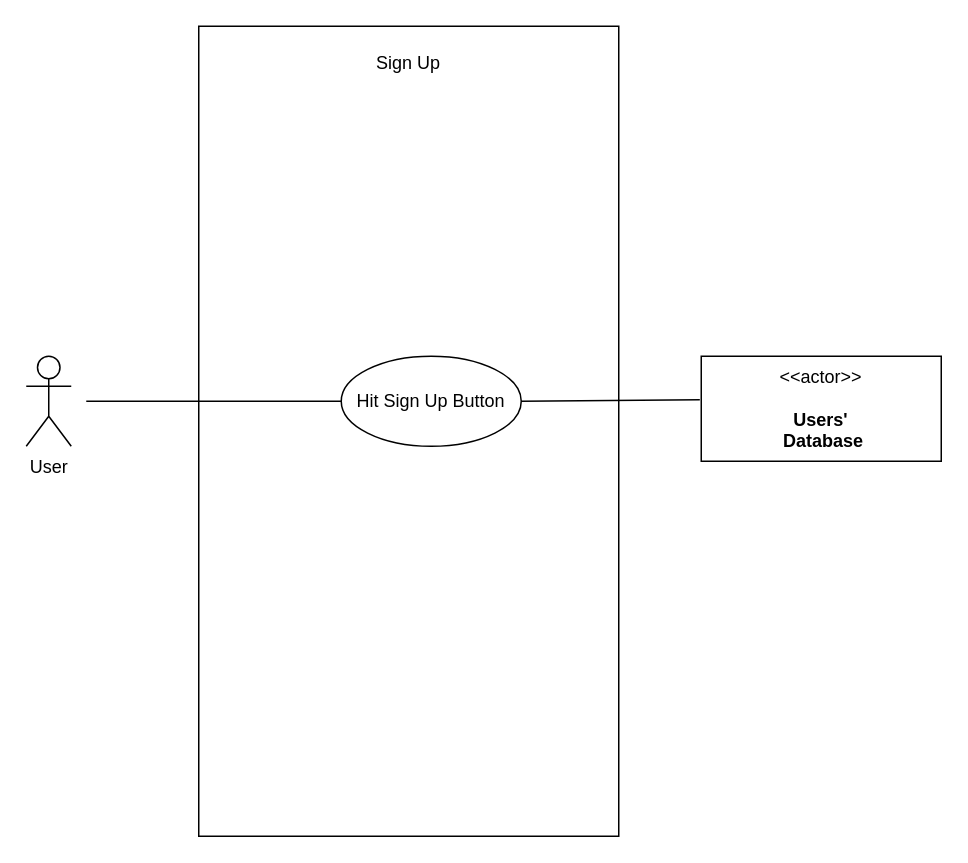
Vaibhav-G-Parmar/Chronicle-Your-Ultimate-Travel-Companion keeps this draw.io diagram as page "Sign Up" (2 of 16) of Week-7-Team-04-Use Case Diagrams (2).drawio. Above is the earlier version. Source tidied: cells renumbered, new cells numbered last; positions are measured from the earlier drawing's top-left corner, leaving out a move shared by most shapes. Both pictures are drawn from the tidied source at 150%, with x=0, y=0 at pixel (26, 26).
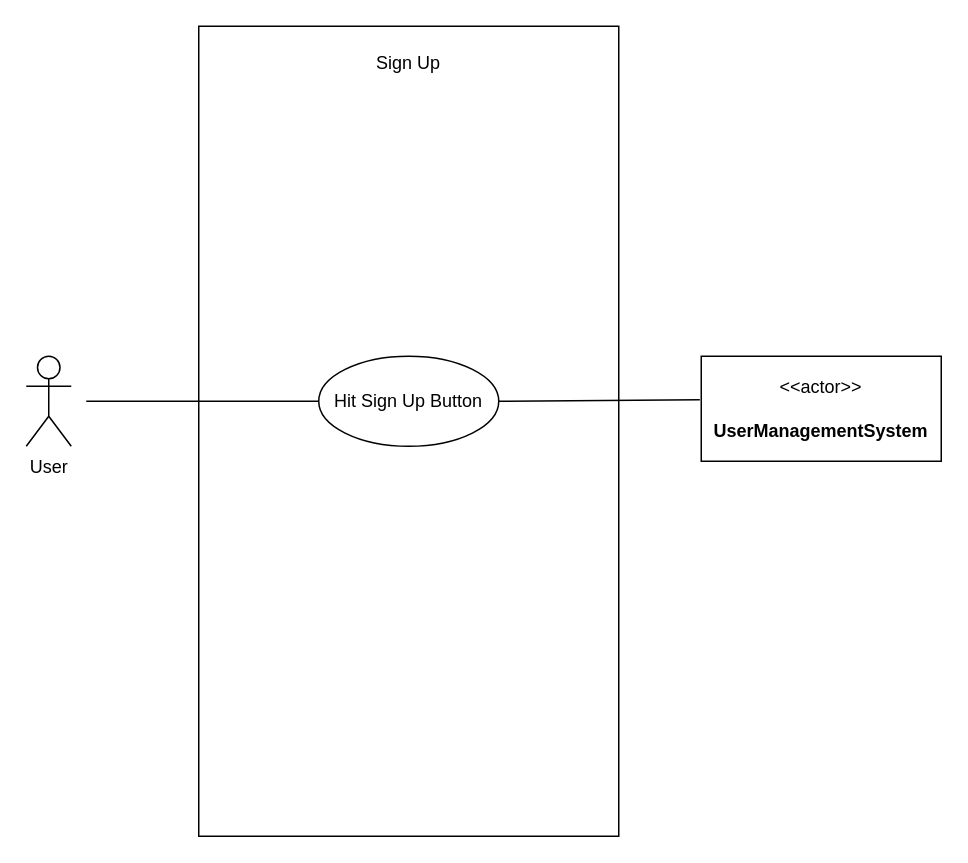
Above is the later version.

Change to the diagram source:
```diff
@@
 <mxGraphModel>
   <root>
     <mxCell id="0" />
     <mxCell id="1" parent="0" />
     <mxCell id="2" value="&lt;h2&gt;&lt;br&gt;&lt;/h2&gt;" style="rounded=0;whiteSpace=wrap;html=1;align=center;" parent="1" vertex="1">
       <mxGeometry x="115" width="280" height="540" as="geometry" />
     </mxCell>
     <mxCell id="3" value="User&lt;br&gt;" style="shape=umlActor;verticalLabelPosition=bottom;verticalAlign=top;html=1;" parent="1" vertex="1">
       <mxGeometry y="220" width="30" height="60" as="geometry" />
     </mxCell>
-    <mxCell id="4" value="&amp;lt;&amp;lt;actor&amp;gt;&amp;gt;&lt;br&gt;&lt;br&gt;&lt;b&gt;Users'&lt;br&gt;&amp;nbsp;Database&lt;br&gt;&lt;/b&gt;" style="html=1;align=center;verticalAlign=middle;dashed=0;whiteSpace=wrap;" parent="1" vertex="1">
+    <mxCell id="4" value="&amp;lt;&amp;lt;actor&amp;gt;&amp;gt;&lt;br&gt;&lt;br&gt;&lt;b style=&quot;border-color: var(--border-color);&quot;&gt;UserManagementSystem&lt;/b&gt;&lt;b&gt;&lt;br&gt;&lt;/b&gt;" style="html=1;align=center;verticalAlign=middle;dashed=0;whiteSpace=wrap;" parent="1" vertex="1">
       <mxGeometry x="450" y="220" width="160" height="70" as="geometry" />
     </mxCell>
     <mxCell id="5" value="Sign Up" style="text;html=1;strokeColor=none;fillColor=none;align=center;verticalAlign=middle;whiteSpace=wrap;rounded=0;" parent="1" vertex="1">
       <mxGeometry x="225" y="10" width="60" height="30" as="geometry" />
     </mxCell>
     <mxCell id="6" value="Hit Sign Up Button" style="ellipse;whiteSpace=wrap;html=1;" parent="1" vertex="1">
-      <mxGeometry x="210" y="220" width="120" height="60" as="geometry" />
+      <mxGeometry x="195" y="220" width="120" height="60" as="geometry" />
     </mxCell>
     <mxCell id="7" style="endArrow=none;html=1;rounded=0;" parent="1" edge="1" target="6">
       <mxGeometry relative="1" as="geometry">
         <mxPoint x="40" y="250" as="sourcePoint" />
       </mxGeometry>
     </mxCell>
     <mxCell id="8" style="endArrow=none;html=1;rounded=0;exitX=1;exitY=0.5;exitDx=0;exitDy=0;entryX=-0.006;entryY=0.414;entryDx=0;entryDy=0;entryPerimeter=0;" parent="1" edge="1" source="6" target="4">
       <mxGeometry relative="1" as="geometry" />
     </mxCell>
   </root>
 </mxGraphModel>
```
